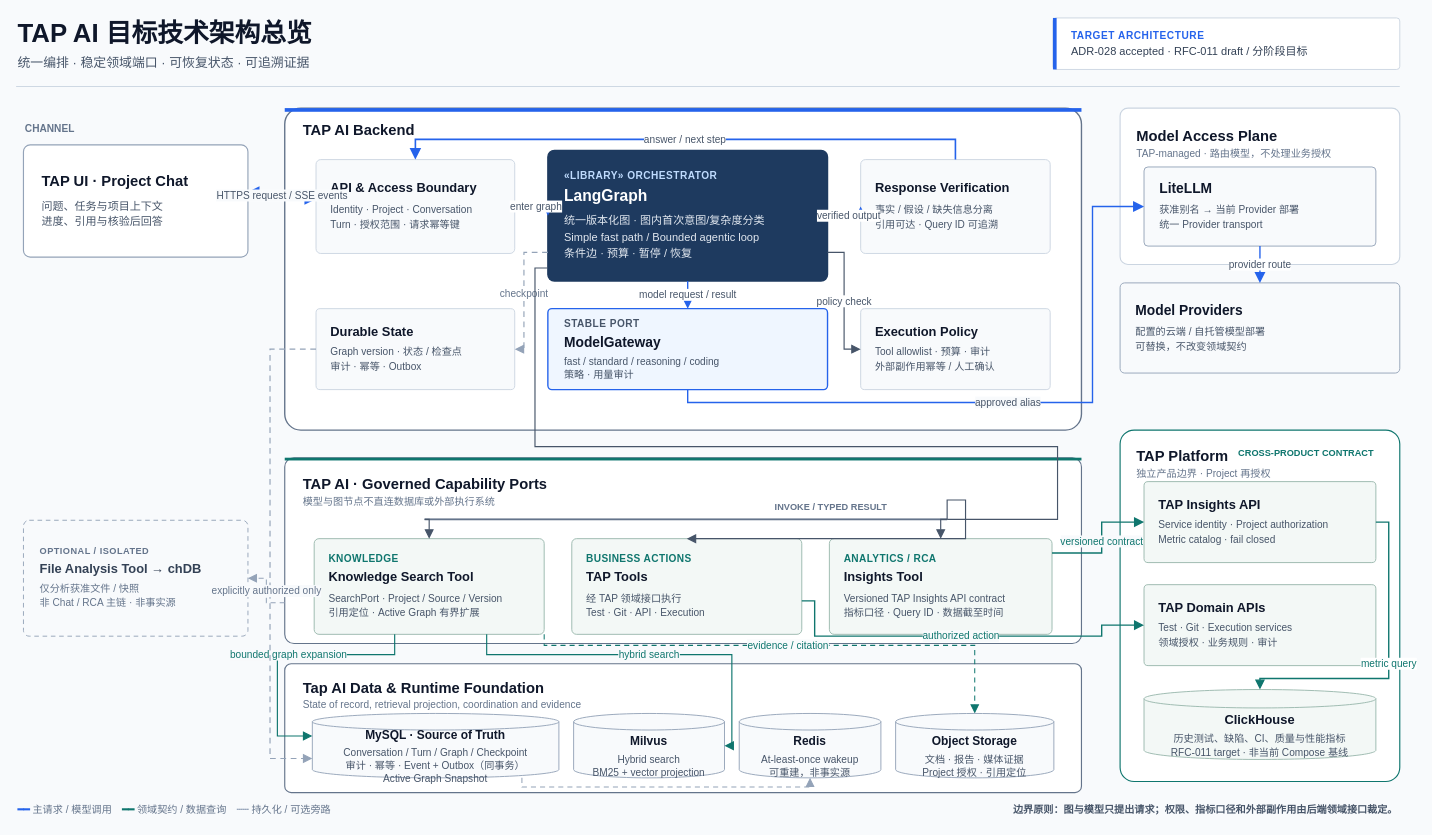
The draw.io diagram docs/assets/rfc-011/2026-09-18-tap-ai-technical-architecture-overview.drawio in patrickstarpty/tap, before the edit. Source tidied: cells renumbered, new cells numbered last; positions are measured from the earlier drawing's top-left corner, leaving out a move shared by most shapes. Both pictures are drawn from the tidied source at 92%, with x=0, y=0 at pixel (16, 16).
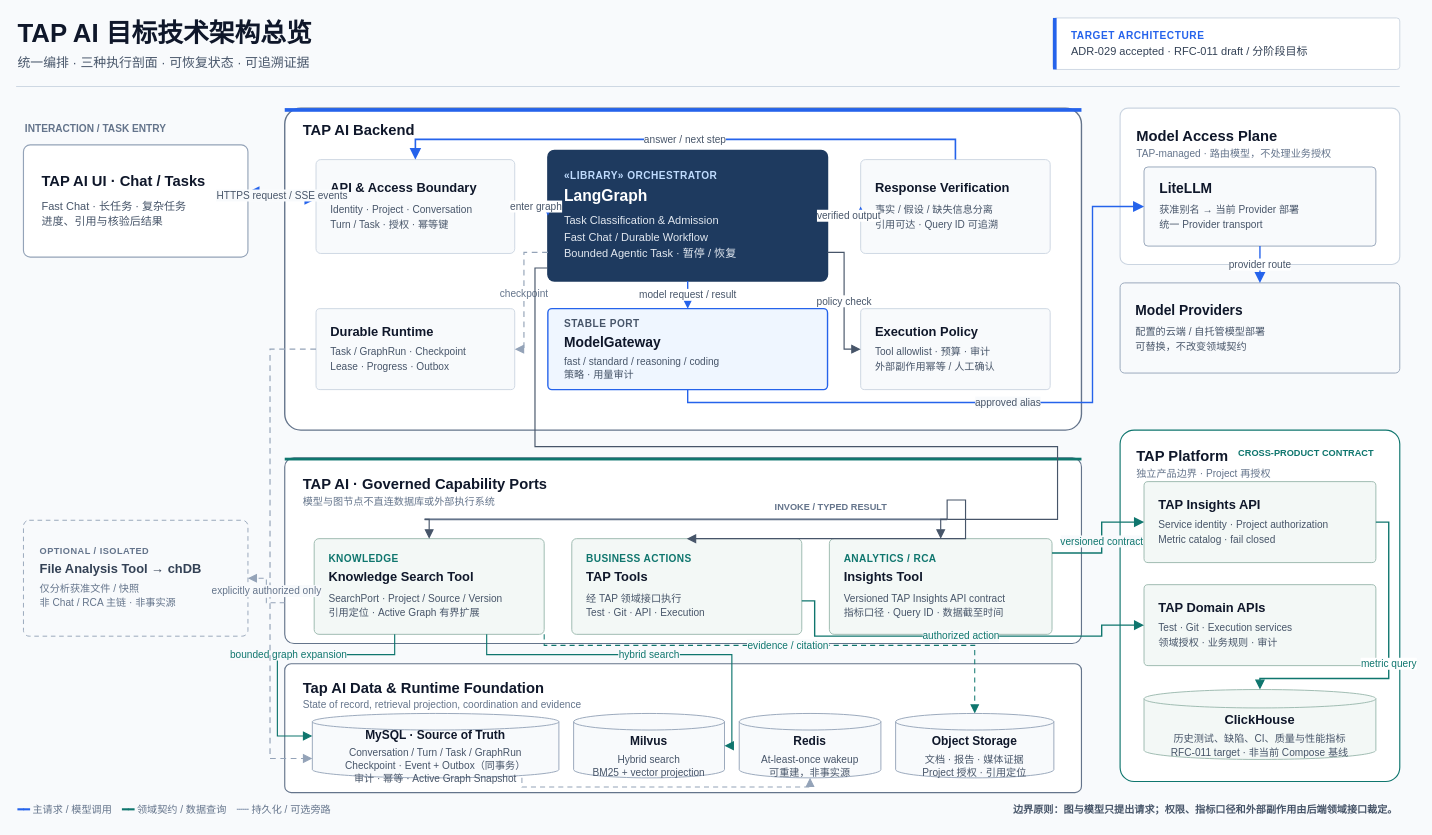
The same diagram, later.

What changed in the source:
```diff
@@
-    <mxCell id="3" value="统一编排 · 稳定领域端口 · 可恢复状态 · 可追溯证据" style="text;html=1;strokeColor=none;fillColor=none;align=left;verticalAlign=middle;whiteSpace=wrap;fontFamily=Arial;fontSize=14;fontColor=#475569;" parent="1" vertex="1">
+    <mxCell id="3" value="统一编排 · 三种执行剖面 · 可恢复状态 · 可追溯证据" style="text;html=1;strokeColor=none;fillColor=none;align=left;verticalAlign=middle;whiteSpace=wrap;fontFamily=Arial;fontSize=14;fontColor=#475569;" parent="1" vertex="1">
       <mxGeometry y="38" width="760" height="26" as="geometry" />
     </mxCell>
-    <mxCell id="4" value="&lt;div style=&quot;font-size:11px;color:#2563EB;font-weight:700;letter-spacing:.6px;&quot;&gt;TARGET ARCHITECTURE&lt;/div&gt;&lt;div style=&quot;font-size:12px;color:#334155;margin-top:4px;&quot;&gt;ADR-028 accepted · RFC-011 draft / 分阶段目标&lt;/div&gt;" style="rounded=1;arcSize=6;whiteSpace=wrap;html=1;fillColor=#FFFFFF;strokeColor=#CBD5E1;strokeWidth=1;fontFamily=Arial;align=left;verticalAlign=middle;spacingLeft=18;spacingRight=14;" parent="1" vertex="1">
+    <mxCell id="4" value="&lt;div style=&quot;font-size:11px;color:#2563EB;font-weight:700;letter-spacing:.6px;&quot;&gt;TARGET ARCHITECTURE&lt;/div&gt;&lt;div style=&quot;font-size:12px;color:#334155;margin-top:4px;&quot;&gt;ADR-029 accepted · RFC-011 draft / 分阶段目标&lt;/div&gt;" style="rounded=1;arcSize=6;whiteSpace=wrap;html=1;fillColor=#FFFFFF;strokeColor=#CBD5E1;strokeWidth=1;fontFamily=Arial;align=left;verticalAlign=middle;spacingLeft=18;spacingRight=14;" parent="1" vertex="1">
       <mxGeometry x="1127" y="2" width="377" height="56" as="geometry" />
     </mxCell>
@@
-    <mxCell id="7" value="CHANNEL" style="text;html=1;strokeColor=none;fillColor=none;align=left;verticalAlign=middle;whiteSpace=wrap;fontFamily=Arial;fontSize=11;fontStyle=1;fontColor=#64748B;" parent="1" vertex="1">
+    <mxCell id="7" value="INTERACTION / TASK ENTRY" style="text;html=1;strokeColor=none;fillColor=none;align=left;verticalAlign=middle;whiteSpace=wrap;fontFamily=Arial;fontSize=11;fontStyle=1;fontColor=#64748B;" parent="1" vertex="1">
       <mxGeometry x="8" y="112" width="180" height="20" as="geometry" />
     </mxCell>
-    <mxCell id="8" value="&lt;div style=&quot;font-size:16px;font-weight:700;color:#0F172A;&quot;&gt;TAP UI · Project Chat&lt;/div&gt;&lt;div style=&quot;font-size:12px;line-height:1.45;color:#475569;margin-top:10px;&quot;&gt;问题、任务与项目上下文&lt;br&gt;进度、引用与核验后回答&lt;/div&gt;" style="rounded=1;arcSize=6;whiteSpace=wrap;html=1;fillColor=#FFFFFF;strokeColor=#94A3B8;strokeWidth=1.25;fontFamily=Arial;align=left;verticalAlign=middle;spacingLeft=18;spacingRight=16;" parent="1" vertex="1">
+    <mxCell id="8" value="&lt;div style=&quot;font-size:16px;font-weight:700;color:#0F172A;&quot;&gt;TAP AI UI · Chat / Tasks&lt;/div&gt;&lt;div style=&quot;font-size:12px;line-height:1.45;color:#475569;margin-top:10px;&quot;&gt;Fast Chat · 长任务 · 复杂任务&lt;br&gt;进度、引用与核验后结果&lt;/div&gt;" style="rounded=1;arcSize=6;whiteSpace=wrap;html=1;fillColor=#FFFFFF;strokeColor=#94A3B8;strokeWidth=1.25;fontFamily=Arial;align=left;verticalAlign=middle;spacingLeft=18;spacingRight=16;" parent="1" vertex="1">
       <mxGeometry x="8" y="140" width="244" height="122" as="geometry" />
     </mxCell>
@@
-    <mxCell id="11" value="&lt;div style=&quot;font-size:14px;font-weight:700;color:#0F172A;&quot;&gt;API &amp;amp; Access Boundary&lt;/div&gt;&lt;div style=&quot;font-size:11px;line-height:1.45;color:#475569;margin-top:8px;&quot;&gt;Identity · Project · Conversation&lt;br&gt;Turn · 授权范围 · 请求幂等键&lt;/div&gt;" style="rounded=1;arcSize=5;whiteSpace=wrap;html=1;fillColor=#F8FAFC;strokeColor=#CBD5E1;strokeWidth=1;fontFamily=Arial;align=left;verticalAlign=middle;spacingLeft=14;spacingRight=12;" parent="1" vertex="1">
+    <mxCell id="11" value="&lt;div style=&quot;font-size:14px;font-weight:700;color:#0F172A;&quot;&gt;API &amp;amp; Access Boundary&lt;/div&gt;&lt;div style=&quot;font-size:11px;line-height:1.45;color:#475569;margin-top:8px;&quot;&gt;Identity · Project · Conversation&lt;br&gt;Turn / Task · 授权 · 幂等键&lt;/div&gt;" style="rounded=1;arcSize=5;whiteSpace=wrap;html=1;fillColor=#F8FAFC;strokeColor=#CBD5E1;strokeWidth=1;fontFamily=Arial;align=left;verticalAlign=middle;spacingLeft=14;spacingRight=12;" parent="1" vertex="1">
       <mxGeometry x="326" y="156" width="216" height="102" as="geometry" />
     </mxCell>
-    <mxCell id="12" value="&lt;div style=&quot;font-size:11px;color:#BFDBFE;font-weight:700;letter-spacing:.5px;&quot;&gt;«LIBRARY» ORCHESTRATOR&lt;/div&gt;&lt;div style=&quot;font-size:17px;font-weight:700;color:#FFFFFF;margin-top:6px;&quot;&gt;LangGraph&lt;/div&gt;&lt;div style=&quot;font-size:12px;line-height:1.45;color:#E2E8F0;margin-top:8px;&quot;&gt;统一版本化图 · 图内首次意图/复杂度分类&lt;br&gt;Simple fast path / Bounded agentic loop&lt;br&gt;条件边 · 预算 · 暂停 / 恢复&lt;/div&gt;" style="rounded=1;arcSize=5;whiteSpace=wrap;html=1;fillColor=#1E3A5F;strokeColor=#1E3A5F;strokeWidth=1.5;fontFamily=Arial;align=left;verticalAlign=middle;spacingLeft=16;spacingRight=14;" parent="1" vertex="1">
+    <mxCell id="12" value="&lt;div style=&quot;font-size:11px;color:#BFDBFE;font-weight:700;letter-spacing:.5px;&quot;&gt;«LIBRARY» ORCHESTRATOR&lt;/div&gt;&lt;div style=&quot;font-size:17px;font-weight:700;color:#FFFFFF;margin-top:6px;&quot;&gt;LangGraph&lt;/div&gt;&lt;div style=&quot;font-size:12px;line-height:1.45;color:#E2E8F0;margin-top:8px;&quot;&gt;Task Classification &amp;amp; Admission&lt;br&gt;Fast Chat / Durable Workflow&lt;br&gt;Bounded Agentic Task · 暂停 / 恢复&lt;/div&gt;" style="rounded=1;arcSize=5;whiteSpace=wrap;html=1;fillColor=#1E3A5F;strokeColor=#1E3A5F;strokeWidth=1.5;fontFamily=Arial;align=left;verticalAlign=middle;spacingLeft=16;spacingRight=14;" parent="1" vertex="1">
       <mxGeometry x="578" y="146" width="304" height="142" as="geometry" />
     </mxCell>
@@
-    <mxCell id="14" value="&lt;div style=&quot;font-size:14px;font-weight:700;color:#0F172A;&quot;&gt;Durable State&lt;/div&gt;&lt;div style=&quot;font-size:11px;line-height:1.45;color:#475569;margin-top:7px;&quot;&gt;Graph version · 状态 / 检查点&lt;br&gt;审计 · 幂等 · Outbox&lt;/div&gt;" style="rounded=1;arcSize=5;whiteSpace=wrap;html=1;fillColor=#F8FAFC;strokeColor=#CBD5E1;strokeWidth=1;fontFamily=Arial;align=left;verticalAlign=middle;spacingLeft=14;spacingRight=12;" parent="1" vertex="1">
+    <mxCell id="14" value="&lt;div style=&quot;font-size:14px;font-weight:700;color:#0F172A;&quot;&gt;Durable Runtime&lt;/div&gt;&lt;div style=&quot;font-size:11px;line-height:1.45;color:#475569;margin-top:7px;&quot;&gt;Task / GraphRun · Checkpoint&lt;br&gt;Lease · Progress · Outbox&lt;/div&gt;" style="rounded=1;arcSize=5;whiteSpace=wrap;html=1;fillColor=#F8FAFC;strokeColor=#CBD5E1;strokeWidth=1;fontFamily=Arial;align=left;verticalAlign=middle;spacingLeft=14;spacingRight=12;" parent="1" vertex="1">
       <mxGeometry x="326" y="318" width="216" height="88" as="geometry" />
     </mxCell>
@@
-    <mxCell id="34" value="&lt;div style=&quot;font-size:13px;font-weight:700;color:#0F172A;&quot;&gt;MySQL · Source of Truth&lt;/div&gt;&lt;div style=&quot;font-size:11px;line-height:1.3;color:#475569;margin-top:4px;&quot;&gt;Conversation / Turn / Graph / Checkpoint&lt;br&gt;审计 · 幂等 · Event + Outbox（同事务）&lt;br&gt;Active Graph Snapshot&lt;/div&gt;" style="shape=cylinder3;boundedLbl=1;backgroundOutline=1;size=9;whiteSpace=wrap;html=1;fillColor=#F8FAFC;strokeColor=#94A3B8;strokeWidth=1;fontFamily=Arial;align=center;verticalAlign=middle;spacingTop=8;spacingLeft=8;spacingRight=8;" parent="1" vertex="1">
+    <mxCell id="34" value="&lt;div style=&quot;font-size:13px;font-weight:700;color:#0F172A;&quot;&gt;MySQL · Source of Truth&lt;/div&gt;&lt;div style=&quot;font-size:11px;line-height:1.3;color:#475569;margin-top:4px;&quot;&gt;Conversation / Turn / Task / GraphRun&lt;br&gt;Checkpoint · Event + Outbox（同事务）&lt;br&gt;审计 · 幂等 · Active Graph Snapshot&lt;/div&gt;" style="shape=cylinder3;boundedLbl=1;backgroundOutline=1;size=9;whiteSpace=wrap;html=1;fillColor=#F8FAFC;strokeColor=#94A3B8;strokeWidth=1;fontFamily=Arial;align=center;verticalAlign=middle;spacingTop=8;spacingLeft=8;spacingRight=8;" parent="1" vertex="1">
       <mxGeometry x="322" y="758" width="268" height="70" as="geometry" />
     </mxCell>
```
